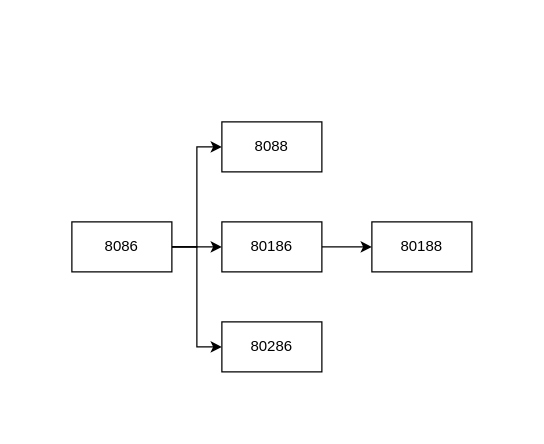
Above: Генеалогия 16-битных МП Intel.drawio in DMfananddu/DSM (draw.io), before the change. Source tidied: cells renumbered, new cells numbered last; positions are measured from the earlier drawing's top-left corner, leaving out a move shared by most shapes. Both pictures are drawn from the tidied source at 125%, with x=0, y=0 at pixel (71, 121).
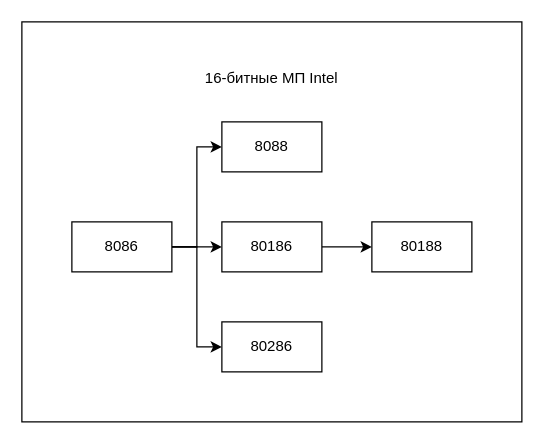
The same diagram, later.

What changed in the source:
```diff
@@
 <mxGraphModel>
   <root>
     <mxCell id="0" />
     <mxCell id="1" parent="0" />
+    <mxCell id="11" value="&lt;br&gt;16-битные МП Intel&lt;br&gt;&lt;br&gt;&lt;br&gt;&lt;br&gt;&lt;br&gt;&lt;br&gt;&lt;br&gt;&lt;br&gt;&lt;br&gt;&lt;br&gt;&lt;br&gt;&lt;br&gt;&lt;br&gt;&lt;br&gt;&lt;br&gt;&lt;br&gt;&lt;br&gt;&lt;br&gt;" style="rounded=0;whiteSpace=wrap;html=1;" parent="1" vertex="1">
+      <mxGeometry x="-40" y="-80" width="400" height="320" as="geometry" />
+    </mxCell>
     <mxCell id="2" style="edgeStyle=orthogonalEdgeStyle;rounded=0;jettySize=auto;html=1;exitX=1;exitY=0.5;exitDx=0;exitDy=0;entryX=0;entryY=0.5;entryDx=0;entryDy=0;" parent="1" edge="1" source="5" target="10">
       <mxGeometry relative="1" as="geometry" />
     </mxCell>
     <mxCell id="3" style="edgeStyle=orthogonalEdgeStyle;rounded=0;jettySize=auto;html=1;exitX=1;exitY=0.5;exitDx=0;exitDy=0;entryX=0;entryY=0.5;entryDx=0;entryDy=0;" parent="1" edge="1" source="5" target="9">
       <mxGeometry relative="1" as="geometry" />
     </mxCell>
     <mxCell id="4" style="edgeStyle=orthogonalEdgeStyle;rounded=0;jettySize=auto;html=1;exitX=1;exitY=0.5;exitDx=0;exitDy=0;entryX=0;entryY=0.5;entryDx=0;entryDy=0;" parent="1" edge="1" source="5" target="7">
       <mxGeometry relative="1" as="geometry" />
     </mxCell>
     <mxCell id="5" value="8086" style="rounded=0;whiteSpace=wrap;html=1;" parent="1" vertex="1">
       <mxGeometry y="80" width="80" height="40" as="geometry" />
     </mxCell>
     <mxCell id="6" value="80188" style="rounded=0;whiteSpace=wrap;html=1;" parent="1" vertex="1">
       <mxGeometry x="240" y="80" width="80" height="40" as="geometry" />
     </mxCell>
     <mxCell id="7" value="80286" style="rounded=0;whiteSpace=wrap;html=1;" parent="1" vertex="1">
       <mxGeometry x="120" y="160" width="80" height="40" as="geometry" />
     </mxCell>
     <mxCell id="8" style="edgeStyle=orthogonalEdgeStyle;rounded=0;jettySize=auto;html=1;exitX=1;exitY=0.5;exitDx=0;exitDy=0;entryX=0;entryY=0.5;entryDx=0;entryDy=0;" parent="1" edge="1" source="9" target="6">
       <mxGeometry relative="1" as="geometry" />
     </mxCell>
     <mxCell id="9" value="80186" style="rounded=0;whiteSpace=wrap;html=1;" parent="1" vertex="1">
       <mxGeometry x="120" y="80" width="80" height="40" as="geometry" />
     </mxCell>
     <mxCell id="10" value="8088" style="rounded=0;whiteSpace=wrap;html=1;" parent="1" vertex="1">
       <mxGeometry x="120" width="80" height="40" as="geometry" />
     </mxCell>
   </root>
 </mxGraphModel>
```
